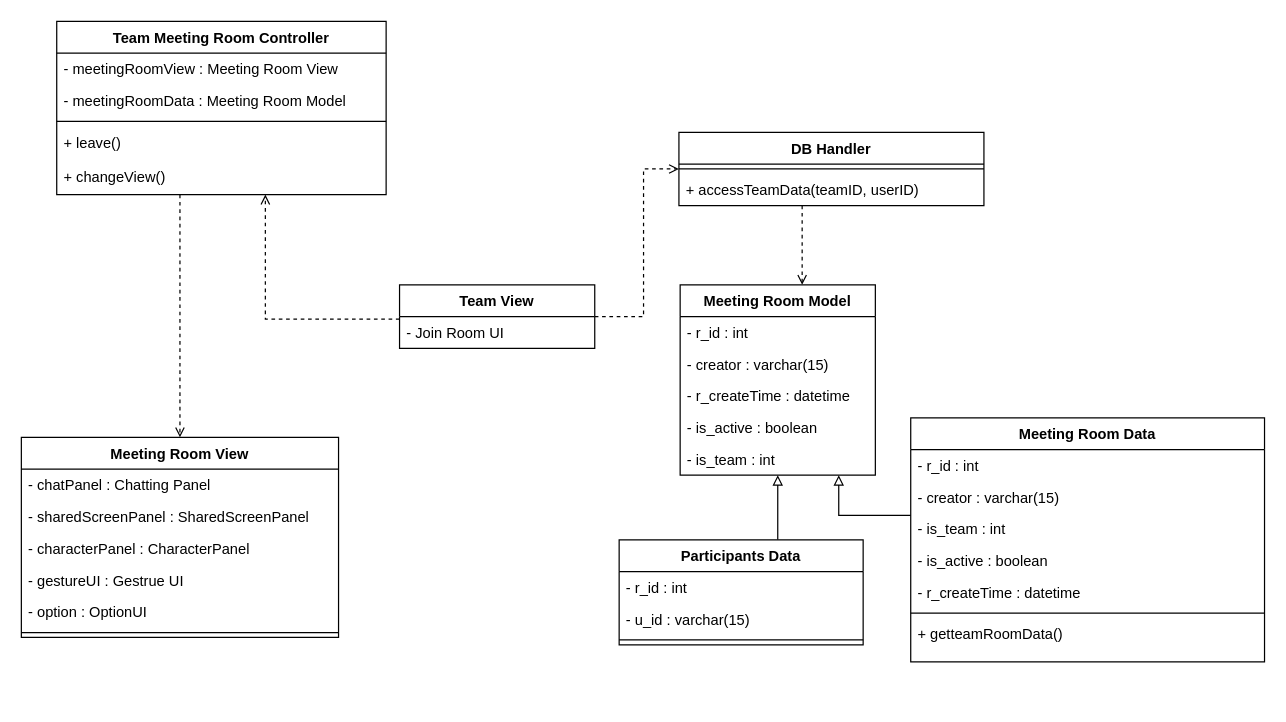
Before: CD2-2.drawio in ONFFLine/Diagram, a draw.io diagram. Source tidied: cells renumbered, new cells numbered last; positions are measured from the earlier drawing's top-left corner, leaving out a move shared by most shapes. Both pictures are drawn from the tidied source at 122%, with x=0, y=0 at pixel (21, 21).
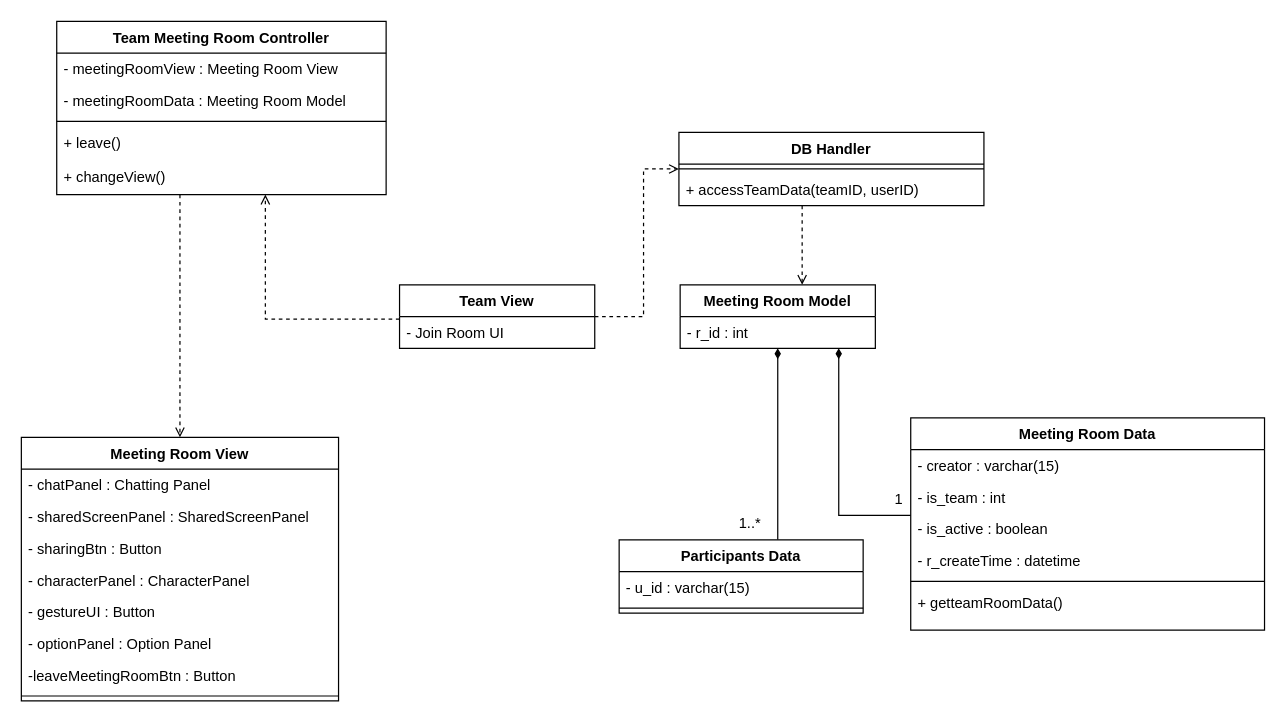
Above is the later version.

Diff of the diagram source:
```diff
@@
     <mxCell id="9" value="Meeting Room View" style="swimlane;fontStyle=1;align=center;verticalAlign=top;horizontal=1;startSize=26;" parent="1" vertex="1">
-      <mxGeometry y="341" width="260" height="164" as="geometry" />
+      <mxGeometry y="341" width="260" height="216" as="geometry" />
     </mxCell>
@@
+    <mxCell id="44" value="- sharingBtn : Button" style="text;strokeColor=none;fillColor=none;align=left;verticalAlign=top;spacingLeft=4;spacingRight=4;overflow=hidden;" parent="9" vertex="1">
+      <mxGeometry y="78" width="260" height="26" as="geometry" />
+    </mxCell>
     <mxCell id="12" value="- characterPanel : CharacterPanel" style="text;strokeColor=none;fillColor=none;align=left;verticalAlign=top;spacingLeft=4;spacingRight=4;overflow=hidden;" parent="9" vertex="1">
-      <mxGeometry y="78" width="260" height="26" as="geometry" />
+      <mxGeometry y="104" width="260" height="26" as="geometry" />
     </mxCell>
-    <mxCell id="13" value="- gestureUI : Gestrue UI" style="text;strokeColor=none;fillColor=none;align=left;verticalAlign=top;spacingLeft=4;spacingRight=4;overflow=hidden;" parent="9" vertex="1">
-      <mxGeometry y="104" width="260" height="26" as="geometry" />
+    <mxCell id="13" value="- gestureUI : Button" style="text;strokeColor=none;fillColor=none;align=left;verticalAlign=top;spacingLeft=4;spacingRight=4;overflow=hidden;" parent="9" vertex="1">
+      <mxGeometry y="130" width="260" height="26" as="geometry" />
     </mxCell>
-    <mxCell id="14" value="- option : OptionUI" style="text;strokeColor=none;fillColor=none;align=left;verticalAlign=top;spacingLeft=4;spacingRight=4;overflow=hidden;" parent="9" vertex="1">
-      <mxGeometry y="130" width="260" height="26" as="geometry" />
+    <mxCell id="14" value="- optionPanel : Option Panel" style="text;strokeColor=none;fillColor=none;align=left;verticalAlign=top;spacingLeft=4;spacingRight=4;overflow=hidden;" parent="9" vertex="1">
+      <mxGeometry y="156" width="260" height="26" as="geometry" />
     </mxCell>
+    <mxCell id="45" value="-leaveMeetingRoomBtn : Button" style="text;strokeColor=none;fillColor=none;align=left;verticalAlign=top;spacingLeft=4;spacingRight=4;overflow=hidden;" parent="9" vertex="1">
+      <mxGeometry y="182" width="260" height="26" as="geometry" />
+    </mxCell>
     <mxCell id="15" style="line;strokeWidth=1;fillColor=none;align=left;verticalAlign=middle;spacingTop=-1;spacingLeft=3;spacingRight=3;labelPosition=right;" parent="9" vertex="1">
-      <mxGeometry y="156" width="260" height="8" as="geometry" />
+      <mxGeometry y="208" width="260" height="8" as="geometry" />
     </mxCell>
@@
     <mxCell id="21" value="Meeting Room Model" style="swimlane;fontStyle=1;align=center;verticalAlign=top;horizontal=1;startSize=26;" parent="1" vertex="1">
-      <mxGeometry x="540" y="216" width="160" height="156" as="geometry" />
+      <mxGeometry x="540" y="216" width="160" height="52" as="geometry" />
     </mxCell>
@@
-    <mxCell id="23" value="- creator : varchar(15)" style="text;strokeColor=none;fillColor=none;align=left;verticalAlign=top;spacingLeft=4;spacingRight=4;overflow=hidden;" parent="21" vertex="1">
-      <mxGeometry y="52" width="160" height="26" as="geometry" />
-    </mxCell>
-    <mxCell id="24" value="- r_createTime : datetime" style="text;strokeColor=none;fillColor=none;align=left;verticalAlign=top;spacingLeft=4;spacingRight=4;overflow=hidden;" parent="21" vertex="1">
-      <mxGeometry y="78" width="160" height="26" as="geometry" />
-    </mxCell>
-    <mxCell id="25" value="- is_active : boolean" style="text;strokeColor=none;fillColor=none;align=left;verticalAlign=top;spacingLeft=4;spacingRight=4;overflow=hidden;" parent="21" vertex="1">
-      <mxGeometry y="104" width="160" height="26" as="geometry" />
-    </mxCell>
-    <mxCell id="26" value="- is_team : int" style="text;strokeColor=none;fillColor=none;align=left;verticalAlign=top;spacingLeft=4;spacingRight=4;overflow=hidden;" parent="21" vertex="1">
-      <mxGeometry y="130" width="160" height="26" as="geometry" />
-    </mxCell>
-    <mxCell id="27" style="edgeStyle=orthogonalEdgeStyle;rounded=0;jettySize=auto;html=1;entryX=0.5;entryY=1;entryDx=0;entryDy=0;endArrow=block;endFill=0;startSize=6;endSize=6;strokeWidth=1;" parent="1" edge="1" source="28" target="21">
+    <mxCell id="27" style="edgeStyle=orthogonalEdgeStyle;rounded=0;jettySize=auto;html=1;entryX=0.5;entryY=1;entryDx=0;entryDy=0;endArrow=diamondThin;endFill=1;startSize=6;endSize=6;strokeWidth=1;" parent="1" edge="1" source="28" target="21">
       <mxGeometry relative="1" as="geometry">
         <Array as="points">
           <mxPoint x="610" y="485" />
           <mxPoint x="610" y="485" />
         </Array>
       </mxGeometry>
     </mxCell>
     <mxCell id="28" value="Participants Data" style="swimlane;fontStyle=1;align=center;verticalAlign=top;horizontal=1;startSize=26;" parent="1" vertex="1">
-      <mxGeometry x="490" y="425" width="200" height="86" as="geometry" />
+      <mxGeometry x="490" y="425" width="200" height="60" as="geometry" />
     </mxCell>
-    <mxCell id="29" value="- r_id : int" style="text;strokeColor=none;fillColor=none;align=left;verticalAlign=top;spacingLeft=4;spacingRight=4;overflow=hidden;" parent="28" vertex="1">
-      <mxGeometry y="26" width="200" height="26" as="geometry" />
-    </mxCell>
     <mxCell id="30" value="- u_id : varchar(15)" style="text;strokeColor=none;fillColor=none;align=left;verticalAlign=top;spacingLeft=4;spacingRight=4;overflow=hidden;" parent="28" vertex="1">
-      <mxGeometry y="52" width="200" height="26" as="geometry" />
+      <mxGeometry y="26" width="200" height="26" as="geometry" />
     </mxCell>
     <mxCell id="31" style="line;strokeWidth=1;fillColor=none;align=left;verticalAlign=middle;spacingTop=-1;spacingLeft=3;spacingRight=3;labelPosition=right;" parent="28" vertex="1">
-      <mxGeometry y="78" width="200" height="8" as="geometry" />
+      <mxGeometry y="52" width="200" height="8" as="geometry" />
     </mxCell>
-    <mxCell id="32" style="edgeStyle=orthogonalEdgeStyle;rounded=0;jettySize=auto;html=1;endArrow=block;endFill=0;startSize=6;endSize=6;strokeWidth=1;" parent="1" edge="1" source="33" target="21">
+    <mxCell id="32" style="edgeStyle=orthogonalEdgeStyle;rounded=0;jettySize=auto;html=1;endArrow=diamondThin;endFill=1;startSize=6;endSize=6;strokeWidth=1;" parent="1" edge="1" source="33" target="21">
       <mxGeometry relative="1" as="geometry">
         <Array as="points">
           <mxPoint x="670" y="405" />
         </Array>
       </mxGeometry>
     </mxCell>
     <mxCell id="33" value="Meeting Room Data" style="swimlane;fontStyle=1;align=center;verticalAlign=top;horizontal=1;startSize=26;" parent="1" vertex="1">
-      <mxGeometry x="729" y="325" width="290" height="200" as="geometry" />
+      <mxGeometry x="729" y="325" width="290" height="174" as="geometry" />
     </mxCell>
-    <mxCell id="34" value="- r_id : int" style="text;strokeColor=none;fillColor=none;align=left;verticalAlign=top;spacingLeft=4;spacingRight=4;overflow=hidden;" parent="33" vertex="1">
-      <mxGeometry y="26" width="290" height="26" as="geometry" />
-    </mxCell>
     <mxCell id="35" value="- creator : varchar(15)" style="text;strokeColor=none;fillColor=none;align=left;verticalAlign=top;spacingLeft=4;spacingRight=4;overflow=hidden;" parent="33" vertex="1">
-      <mxGeometry y="52" width="290" height="26" as="geometry" />
+      <mxGeometry y="26" width="290" height="26" as="geometry" />
     </mxCell>
     <mxCell id="36" value="- is_team : int" style="text;strokeColor=none;fillColor=none;align=left;verticalAlign=top;spacingLeft=4;spacingRight=4;overflow=hidden;" parent="33" vertex="1">
-      <mxGeometry y="78" width="290" height="26" as="geometry" />
+      <mxGeometry y="52" width="290" height="26" as="geometry" />
     </mxCell>
     <mxCell id="37" value="- is_active : boolean" style="text;strokeColor=none;fillColor=none;align=left;verticalAlign=top;spacingLeft=4;spacingRight=4;overflow=hidden;" parent="33" vertex="1">
-      <mxGeometry y="104" width="290" height="26" as="geometry" />
+      <mxGeometry y="78" width="290" height="26" as="geometry" />
     </mxCell>
     <mxCell id="38" value="- r_createTime : datetime" style="text;strokeColor=none;fillColor=none;align=left;verticalAlign=top;spacingLeft=4;spacingRight=4;overflow=hidden;" parent="33" vertex="1">
-      <mxGeometry y="130" width="290" height="26" as="geometry" />
+      <mxGeometry y="104" width="290" height="26" as="geometry" />
     </mxCell>
     <mxCell id="39" style="line;strokeWidth=1;fillColor=none;align=left;verticalAlign=middle;spacingTop=-1;spacingLeft=3;spacingRight=3;labelPosition=right;" parent="33" vertex="1">
-      <mxGeometry y="156" width="290" height="8" as="geometry" />
+      <mxGeometry y="130" width="290" height="8" as="geometry" />
     </mxCell>
     <mxCell id="40" value="+ getteamRoomData()" style="text;strokeColor=none;fillColor=none;align=left;verticalAlign=top;spacingLeft=4;spacingRight=4;overflow=hidden;" parent="33" vertex="1">
-      <mxGeometry y="164" width="290" height="36" as="geometry" />
+      <mxGeometry y="138" width="290" height="36" as="geometry" />
     </mxCell>
@@
+    <mxCell id="46" value="1..*" style="text;html=1;align=center;verticalAlign=middle;strokeColor=none;" parent="1" vertex="1">
+      <mxGeometry x="582" y="402" width="30" height="20" as="geometry" />
+    </mxCell>
+    <mxCell id="47" value="1" style="text;html=1;align=center;verticalAlign=middle;strokeColor=none;" parent="1" vertex="1">
+      <mxGeometry x="709" y="382" width="20" height="20" as="geometry" />
+    </mxCell>
```
